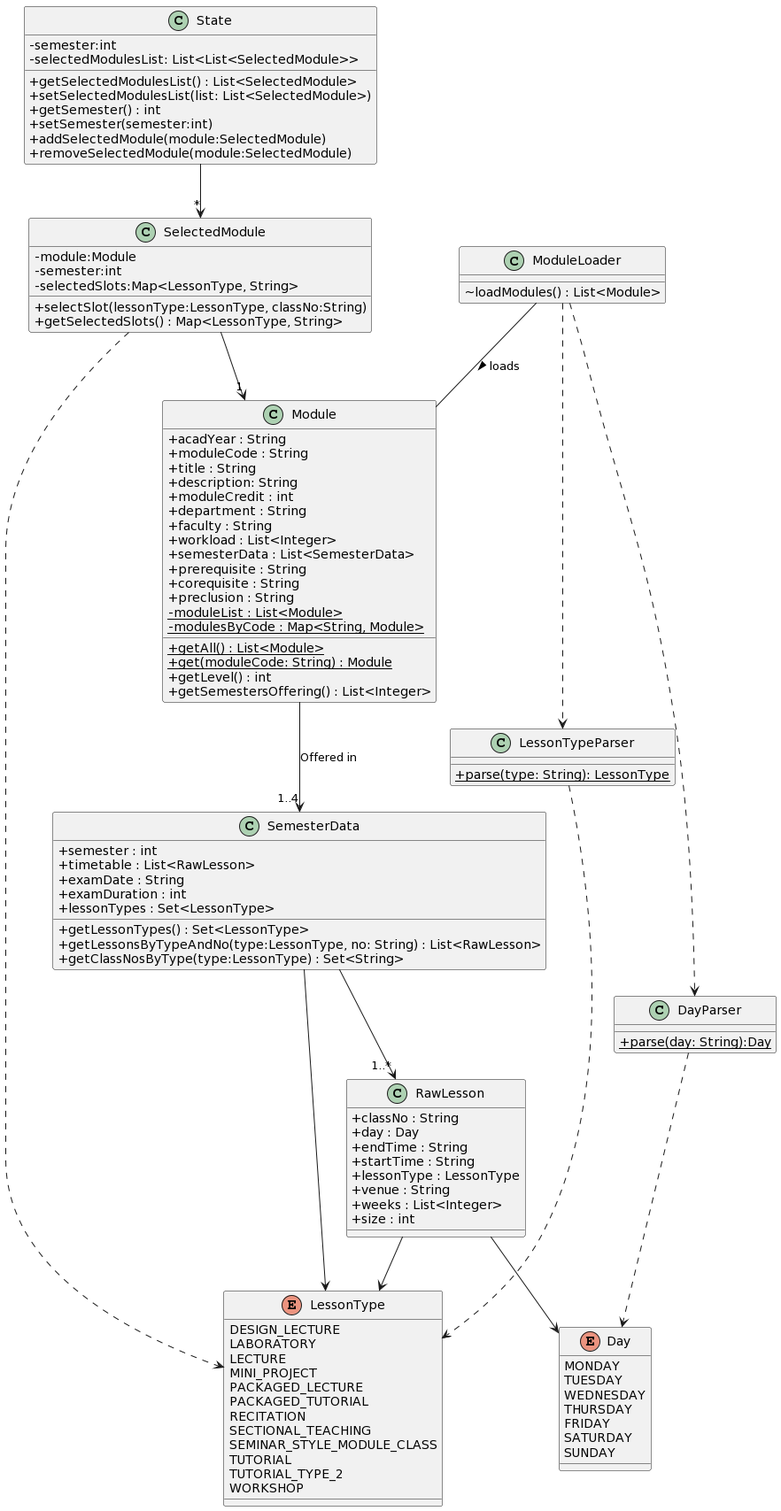
This is docs/images/model.png from nus-cs2113-AY2223S1/tp, a PlantUML export, as it was before one commit.
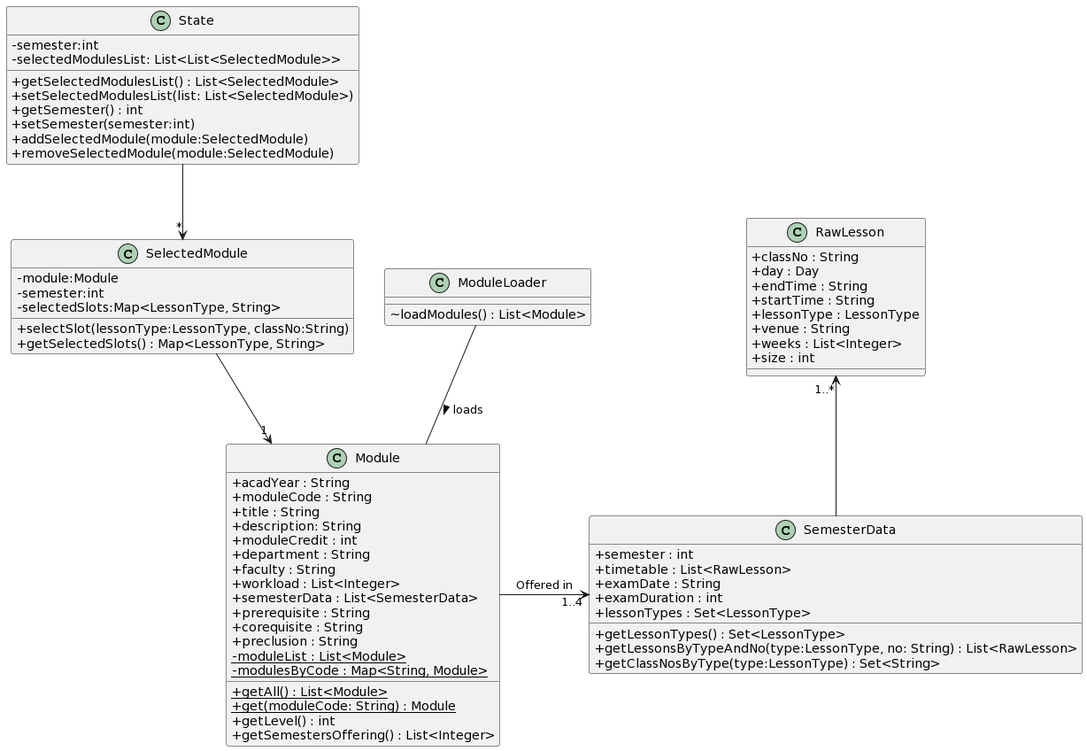
After the commit.

Commit message:
Update model class diagram

The edit, as a diff of the source:
```diff
@@ -1,6 +1,5 @@
 @startuml
 skinparam classAttributeIconSize 0
-
 
 class State {
 - semester:int
@@ -63,7 +62,7 @@
 + getClassNosByType(type:LessonType) : Set<String>
 }
 
-Module --> "1..4" SemesterData : Offered in
+Module -right-> "1..4" SemesterData : Offered in
 
 class RawLesson {
 + classNo : String
@@ -76,48 +75,5 @@
 + size : int
 }
 
-SemesterData --> "1..*" RawLesson
-
-enum LessonType {
-    DESIGN_LECTURE
-    LABORATORY
-    LECTURE
-    MINI_PROJECT
-    PACKAGED_LECTURE
-    PACKAGED_TUTORIAL
-    RECITATION
-    SECTIONAL_TEACHING
-    SEMINAR_STYLE_MODULE_CLASS
-    TUTORIAL
-    TUTORIAL_TYPE_2
-    WORKSHOP
-}
-
-enum Day {
-    MONDAY
-    TUESDAY
-    WEDNESDAY
-    THURSDAY
-    FRIDAY
-    SATURDAY
-    SUNDAY
-}
-
-class LessonTypeParser {
-{static} + parse(type: String): LessonType
-}
-
-class DayParser {
-{static} + parse(day: String):Day
-}
-
-ModuleLoader ..> LessonTypeParser
-ModuleLoader ..> DayParser
-LessonTypeParser ..> LessonType
-DayParser ..> Day
-
-SelectedModule ..> LessonType
-SemesterData --> LessonType
-RawLesson --> LessonType
-RawLesson --> Day
+SemesterData -up-> "1..*" RawLesson
 @enduml
```
